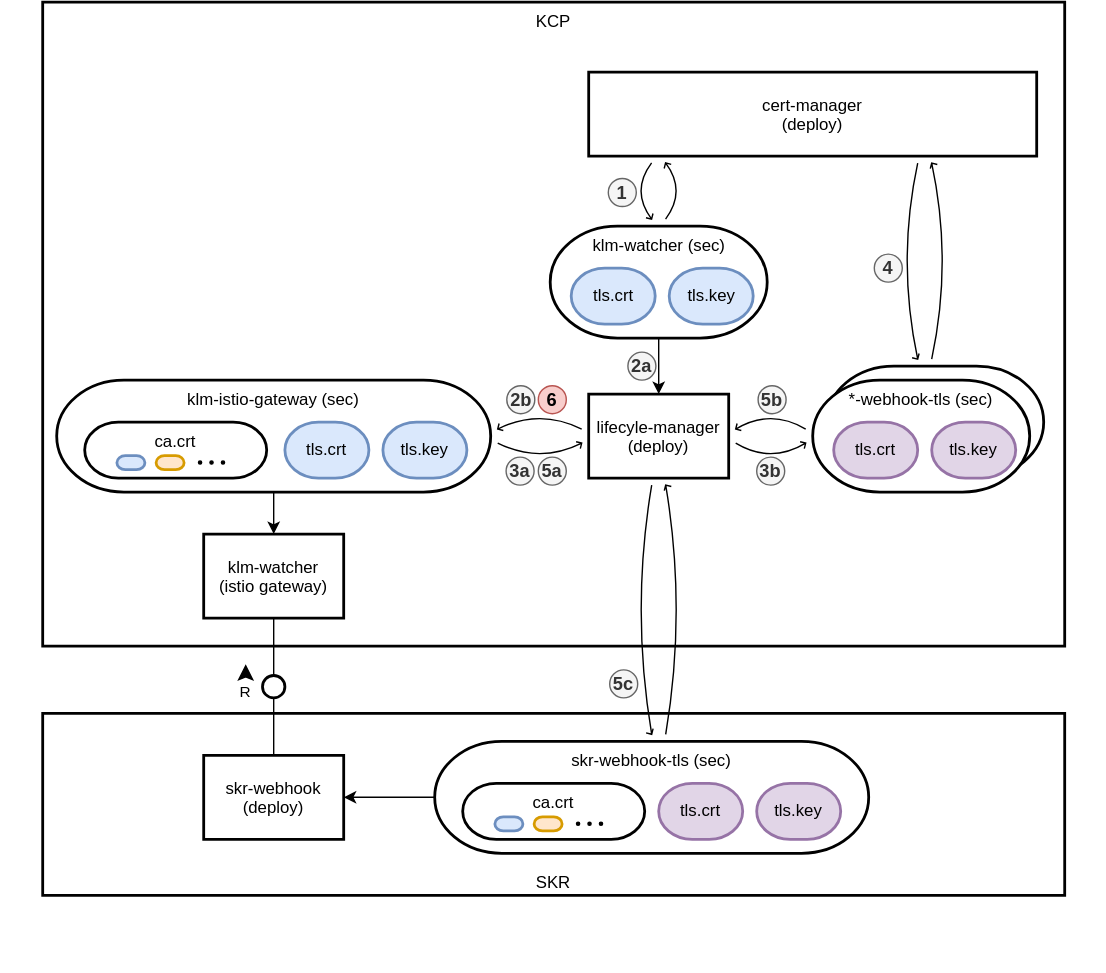
The draw.io diagram docs/contributor/assets/adr-007/watcher-certificates.drawio.svg in kyma-project/lifecycle-manager, before a commit. Source tidied: cells renumbered, new cells last; positions are measured from the earlier drawing's top-left corner, leaving out a move shared by most shapes.
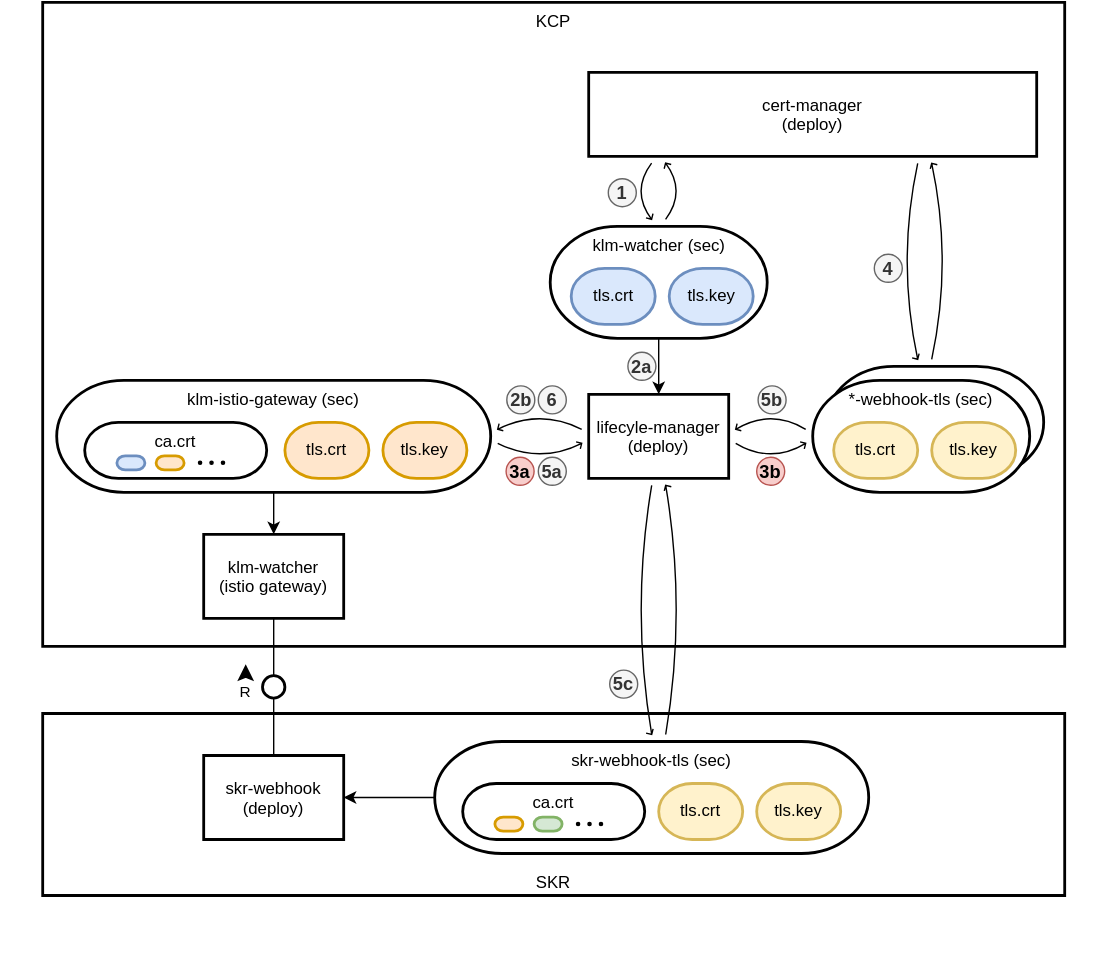
Later version of the same file.

The edit, as a diff of the source:
```diff
@@ -50,10 +50,10 @@
     <mxCell id="17" style="shape=dot3;" parent="13" vertex="1">
       <mxGeometry x="79" y="25.5" width="25" height="6.8" as="geometry" />
     </mxCell>
-    <mxCell id="18" value="tls.crt" style="rounded=1;whiteSpace=wrap;html=1;arcSize=60;strokeWidth=2;fillColor=#dae8fc;strokeColor=#6c8ebf;" parent="11" vertex="1">
+    <mxCell id="18" value="tls.crt" style="rounded=1;whiteSpace=wrap;html=1;arcSize=60;strokeWidth=2;fillColor=#ffe6cc;strokeColor=#d79b00;" parent="11" vertex="1">
       <mxGeometry x="163" y="30" width="60" height="40" as="geometry" />
     </mxCell>
-    <mxCell id="19" value="tls.key" style="rounded=1;whiteSpace=wrap;html=1;arcSize=60;strokeWidth=2;fillColor=#dae8fc;strokeColor=#6c8ebf;" parent="11" vertex="1">
+    <mxCell id="19" value="tls.key" style="rounded=1;whiteSpace=wrap;html=1;arcSize=60;strokeWidth=2;fillColor=#ffe6cc;strokeColor=#d79b00;" parent="11" vertex="1">
       <mxGeometry x="233" y="30" width="60" height="40" as="geometry" />
     </mxCell>
     <mxCell id="20" style="shape=updateedge;endArrow=none;vertical=true;exitX=0.75;exitY=1;exitDx=0;exitDy=0;entryX=0.5;entryY=0;entryDx=0;entryDy=0;" parent="1" edge="1" source="3" target="34">
@@ -74,10 +74,10 @@
     <mxCell id="25" value="skr-webhook-tls (sec)" style="rounded=1;whiteSpace=wrap;html=1;arcSize=60;strokeWidth=2;verticalAlign=top;" parent="24" vertex="1">
       <mxGeometry width="310" height="80" as="geometry" />
     </mxCell>
-    <mxCell id="26" value="tls.crt" style="rounded=1;whiteSpace=wrap;html=1;arcSize=60;strokeWidth=2;fillColor=#e1d5e7;strokeColor=#9673a6;" parent="24" vertex="1">
+    <mxCell id="26" value="tls.crt" style="rounded=1;whiteSpace=wrap;html=1;arcSize=60;strokeWidth=2;fillColor=#fff2cc;strokeColor=#d6b656;" parent="24" vertex="1">
       <mxGeometry x="160" y="30" width="60" height="40" as="geometry" />
     </mxCell>
-    <mxCell id="27" value="tls.key" style="rounded=1;whiteSpace=wrap;html=1;arcSize=60;strokeWidth=2;fillColor=#e1d5e7;strokeColor=#9673a6;" parent="24" vertex="1">
+    <mxCell id="27" value="tls.key" style="rounded=1;whiteSpace=wrap;html=1;arcSize=60;strokeWidth=2;fillColor=#fff2cc;strokeColor=#d6b656;" parent="24" vertex="1">
       <mxGeometry x="230" y="30" width="60" height="40" as="geometry" />
     </mxCell>
     <mxCell id="28" style="group;" parent="24" vertex="1">
@@ -86,10 +86,10 @@
     <mxCell id="29" value="ca.crt" style="rounded=1;whiteSpace=wrap;html=1;arcSize=60;strokeWidth=2;verticalAlign=top;" parent="28" vertex="1">
       <mxGeometry width="130" height="40" as="geometry" />
     </mxCell>
-    <mxCell id="30" style="rounded=1;whiteSpace=wrap;html=1;arcSize=60;strokeWidth=2;fillColor=#dae8fc;strokeColor=#6c8ebf;" parent="28" vertex="1">
+    <mxCell id="30" style="rounded=1;whiteSpace=wrap;html=1;arcSize=60;strokeWidth=2;fillColor=#ffe6cc;strokeColor=#d79b00;" parent="28" vertex="1">
       <mxGeometry x="23" y="24" width="20" height="10" as="geometry" />
     </mxCell>
-    <mxCell id="31" style="rounded=1;whiteSpace=wrap;html=1;arcSize=60;strokeWidth=2;fillColor=#ffe6cc;strokeColor=#d79b00;" parent="28" vertex="1">
+    <mxCell id="31" style="rounded=1;whiteSpace=wrap;html=1;arcSize=60;strokeWidth=2;fillColor=#d5e8d4;strokeColor=#82b366;" parent="28" vertex="1">
       <mxGeometry x="51" y="24" width="20" height="10" as="geometry" />
     </mxCell>
     <mxCell id="32" style="shape=dot3;" parent="28" vertex="1">
@@ -104,10 +104,10 @@
     <mxCell id="35" value="*-webhook-tls (sec)" style="rounded=1;whiteSpace=wrap;html=1;arcSize=60;strokeWidth=2;verticalAlign=top;" parent="33" vertex="1">
       <mxGeometry width="155" height="80" as="geometry" />
     </mxCell>
-    <mxCell id="36" value="tls.crt" style="rounded=1;whiteSpace=wrap;html=1;arcSize=60;strokeWidth=2;fillColor=#e1d5e7;strokeColor=#9673a6;" parent="33" vertex="1">
+    <mxCell id="36" value="tls.crt" style="rounded=1;whiteSpace=wrap;html=1;arcSize=60;strokeWidth=2;fillColor=#fff2cc;strokeColor=#d6b656;" parent="33" vertex="1">
       <mxGeometry x="15" y="30" width="60" height="40" as="geometry" />
     </mxCell>
-    <mxCell id="37" value="tls.key" style="rounded=1;whiteSpace=wrap;html=1;arcSize=60;strokeWidth=2;fillColor=#e1d5e7;strokeColor=#9673a6;" parent="33" vertex="1">
+    <mxCell id="37" value="tls.key" style="rounded=1;whiteSpace=wrap;html=1;arcSize=60;strokeWidth=2;fillColor=#fff2cc;strokeColor=#d6b656;" parent="33" vertex="1">
       <mxGeometry x="85" y="30" width="60" height="40" as="geometry" />
     </mxCell>
     <mxCell id="38" style="shape=updateedge;endArrow=none;vertical=true;exitX=0.5;exitY=1;exitDx=0;exitDy=0;entryX=0.5;entryY=0;entryDx=0;entryDy=0;" parent="1" edge="1" source="9" target="25">
@@ -125,10 +125,10 @@
     <mxCell id="42" value="2b" style="ellipse;whiteSpace=wrap;html=1;fontSize=13;fontStyle=1;fillColor=#f5f5f5;strokeColor=#666666;fontColor=#333333;" parent="1" vertex="1">
       <mxGeometry x="361.5" y="274" width="20" height="20" as="geometry" />
     </mxCell>
-    <mxCell id="43" value="3a" style="ellipse;whiteSpace=wrap;html=1;fontSize=13;fontStyle=1;fillColor=#f5f5f5;strokeColor=#666666;fontColor=#333333;" parent="1" vertex="1">
+    <mxCell id="43" value="3a" style="ellipse;whiteSpace=wrap;html=1;fontSize=13;fontStyle=1;fillColor=#f8cecc;strokeColor=#b85450;" parent="1" vertex="1">
       <mxGeometry x="361" y="325" width="20" height="20" as="geometry" />
     </mxCell>
-    <mxCell id="44" value="3b" style="ellipse;whiteSpace=wrap;html=1;fontSize=13;fontStyle=1;fillColor=#f5f5f5;strokeColor=#666666;fontColor=#333333;" parent="1" vertex="1">
+    <mxCell id="44" value="3b" style="ellipse;whiteSpace=wrap;html=1;fontSize=13;fontStyle=1;fillColor=#f8cecc;strokeColor=#b85450;" parent="1" vertex="1">
       <mxGeometry x="540" y="325" width="20" height="20" as="geometry" />
     </mxCell>
     <mxCell id="45" value="4" style="ellipse;whiteSpace=wrap;html=1;fontSize=13;fontStyle=1;fillColor=#f5f5f5;strokeColor=#666666;fontColor=#333333;" parent="1" vertex="1">
@@ -158,7 +158,7 @@
     <mxCell id="53" style="shape=useedge;vertical=true;edgeStyle=none;endArrow=none;useSignPosition=left;useSignDirection=north;exitX=0.5;exitY=0;exitDx=0;exitDy=0;entryX=0.5;entryY=1;entryDx=0;entryDy=0;" parent="1" edge="1" source="49" target="51">
       <mxGeometry relative="1" as="geometry" />
     </mxCell>
-    <mxCell id="54" value="6" style="ellipse;whiteSpace=wrap;html=1;fontSize=13;fontStyle=1;fillColor=#f8cecc;strokeColor=#b85450;" parent="1" vertex="1">
+    <mxCell id="54" value="6" style="ellipse;whiteSpace=wrap;html=1;fontSize=13;fontStyle=1;fillColor=#f5f5f5;strokeColor=#666666;fontColor=#333333;" parent="1" vertex="1">
       <mxGeometry x="384" y="274" width="20" height="20" as="geometry" />
     </mxCell>
     <mxCell id="55" style="rounded=0;whiteSpace=wrap;html=1;strokeColor=none;fillColor=none;" parent="1" vertex="1">
```
